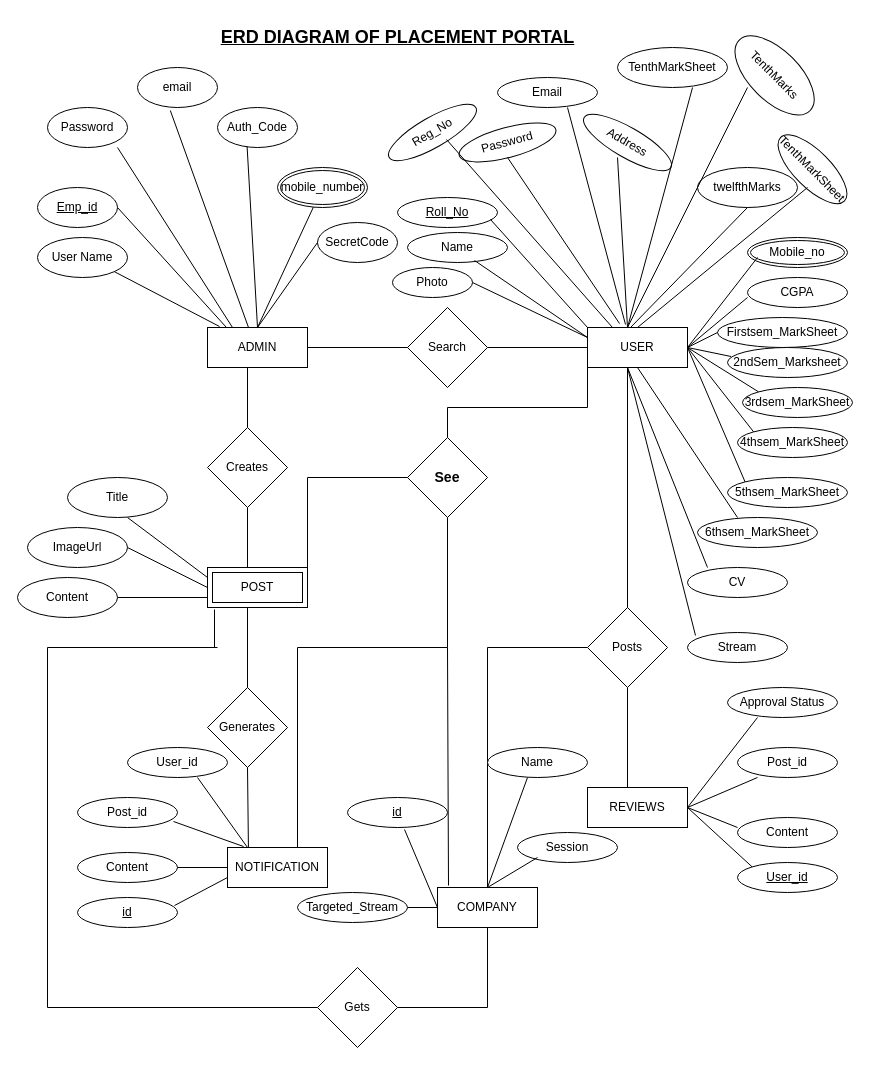
Before: Placement_erd.drawio in shalulaha/Minor_Project, a draw.io diagram. Source tidied: cells renumbered, new cells numbered last; positions are measured from the earlier drawing's top-left corner, leaving out a move shared by most shapes. Both pictures are drawn from the tidied source at 100%, with x=0, y=0 at pixel (17, 17).
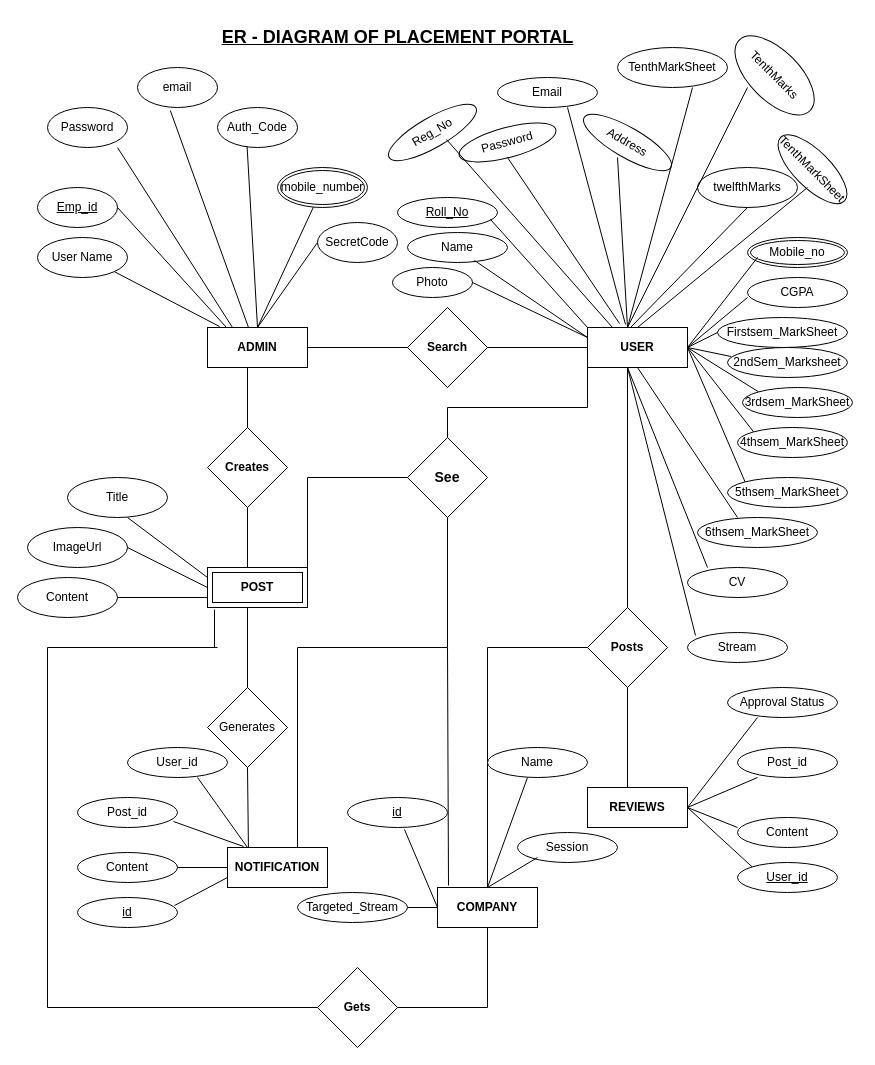
After the change.

What changed in the source:
```diff
@@
-    <mxCell id="2" value="ADMIN" style="whiteSpace=wrap;html=1;align=center;" parent="1" vertex="1">
+    <mxCell id="2" value="&lt;b&gt;ADMIN&lt;/b&gt;" style="whiteSpace=wrap;html=1;align=center;" parent="1" vertex="1">
       <mxGeometry x="190" y="310" width="100" height="40" as="geometry" />
     </mxCell>
-    <mxCell id="3" value="USER" style="whiteSpace=wrap;html=1;align=center;" parent="1" vertex="1">
+    <mxCell id="3" value="&lt;b&gt;USER&lt;/b&gt;" style="whiteSpace=wrap;html=1;align=center;" parent="1" vertex="1">
       <mxGeometry x="570" y="310" width="100" height="40" as="geometry" />
     </mxCell>
@@
-    <mxCell id="18" value="Search" style="rhombus;whiteSpace=wrap;html=1;" parent="1" vertex="1">
+    <mxCell id="18" value="&lt;b&gt;Search&lt;/b&gt;" style="rhombus;whiteSpace=wrap;html=1;" parent="1" vertex="1">
       <mxGeometry x="390" y="290" width="80" height="80" as="geometry" />
     </mxCell>
@@
-    <mxCell id="21" value="Creates" style="rhombus;whiteSpace=wrap;html=1;" parent="1" vertex="1">
+    <mxCell id="21" value="&lt;b&gt;Creates&lt;/b&gt;" style="rhombus;whiteSpace=wrap;html=1;" parent="1" vertex="1">
       <mxGeometry x="190" y="410" width="80" height="80" as="geometry" />
     </mxCell>
@@
-    <mxCell id="27" value="POST" style="shape=ext;margin=3;double=1;whiteSpace=wrap;html=1;align=center;" parent="1" vertex="1">
+    <mxCell id="27" value="&lt;b&gt;POST&lt;/b&gt;" style="shape=ext;margin=3;double=1;whiteSpace=wrap;html=1;align=center;" parent="1" vertex="1">
       <mxGeometry x="190" y="550" width="100" height="40" as="geometry" />
     </mxCell>
@@
-    <mxCell id="70" value="Posts" style="rhombus;whiteSpace=wrap;html=1;" parent="1" vertex="1">
+    <mxCell id="70" value="&lt;b&gt;Posts&lt;/b&gt;" style="rhombus;whiteSpace=wrap;html=1;" parent="1" vertex="1">
       <mxGeometry x="570" y="590" width="80" height="80" as="geometry" />
     </mxCell>
@@
-    <mxCell id="77" value="REVIEWS" style="whiteSpace=wrap;html=1;align=center;" parent="1" vertex="1">
+    <mxCell id="77" value="&lt;b&gt;REVIEWS&lt;/b&gt;" style="whiteSpace=wrap;html=1;align=center;" parent="1" vertex="1">
       <mxGeometry x="570" y="770" width="100" height="40" as="geometry" />
     </mxCell>
-    <mxCell id="78" value="&lt;div&gt;&lt;br&gt;&lt;/div&gt;COMPANY&lt;div&gt;&lt;br&gt;&lt;/div&gt;" style="whiteSpace=wrap;html=1;align=center;" parent="1" vertex="1">
+    <mxCell id="78" value="&lt;div&gt;&lt;b&gt;&lt;br&gt;&lt;/b&gt;&lt;/div&gt;&lt;b&gt;COMPANY&lt;/b&gt;&lt;div&gt;&lt;br&gt;&lt;/div&gt;" style="whiteSpace=wrap;html=1;align=center;" parent="1" vertex="1">
       <mxGeometry x="420" y="870" width="100" height="40" as="geometry" />
     </mxCell>
@@
-    <mxCell id="95" value="NOTIFICATION" style="whiteSpace=wrap;html=1;align=center;" parent="1" vertex="1">
+    <mxCell id="95" value="&lt;b&gt;NOTIFICATION&lt;/b&gt;" style="whiteSpace=wrap;html=1;align=center;" parent="1" vertex="1">
       <mxGeometry x="210" y="830" width="100" height="40" as="geometry" />
     </mxCell>
@@
-    <mxCell id="120" value="Gets" style="rhombus;whiteSpace=wrap;html=1;" parent="1" vertex="1">
+    <mxCell id="120" value="&lt;b&gt;Gets&lt;/b&gt;" style="rhombus;whiteSpace=wrap;html=1;" parent="1" vertex="1">
       <mxGeometry x="300" y="950" width="80" height="80" as="geometry" />
     </mxCell>
@@
-    <mxCell id="125" value="&lt;div style=&quot;text-align: justify;&quot;&gt;&lt;b style=&quot;background-color: initial;&quot;&gt;&lt;font style=&quot;font-size: 18px;&quot;&gt;&lt;u&gt;ERD DIAGRAM OF PLACEMENT PORTAL&lt;/u&gt;&lt;/font&gt;&lt;/b&gt;&lt;/div&gt;" style="text;html=1;align=center;verticalAlign=middle;strokeColor=none;fillColor=none;" parent="1" vertex="1">
+    <mxCell id="125" value="&lt;div style=&quot;text-align: justify;&quot;&gt;&lt;b style=&quot;background-color: initial;&quot;&gt;&lt;font style=&quot;font-size: 18px;&quot;&gt;&lt;u&gt;ER - DIAGRAM OF PLACEMENT PORTAL&lt;/u&gt;&lt;/font&gt;&lt;/b&gt;&lt;/div&gt;" style="text;html=1;align=center;verticalAlign=middle;strokeColor=none;fillColor=none;" parent="1" vertex="1">
       <mxGeometry x="190" width="380" height="40" as="geometry" />
     </mxCell>
```
